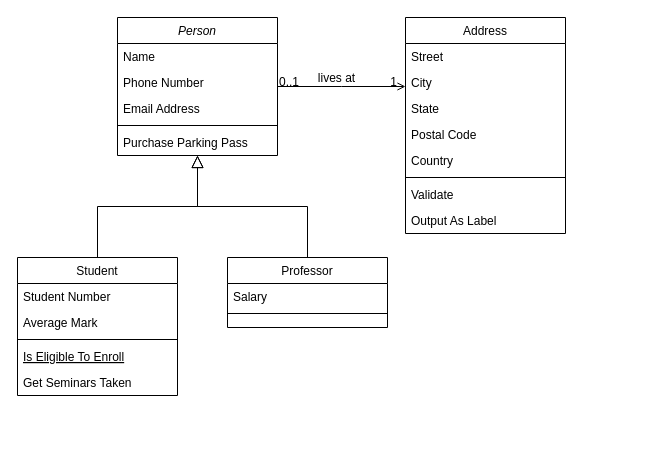
ksks723/Yes-I-knitted keeps this draw.io diagram as Untitled Diagram.drawio. Above is the earlier version. Source tidied: cells renumbered, new cells numbered last; positions are measured from the earlier drawing's top-left corner, leaving out a move shared by most shapes. Both pictures are drawn from the tidied source at 100%, with x=0, y=0 at pixel (17, 17).
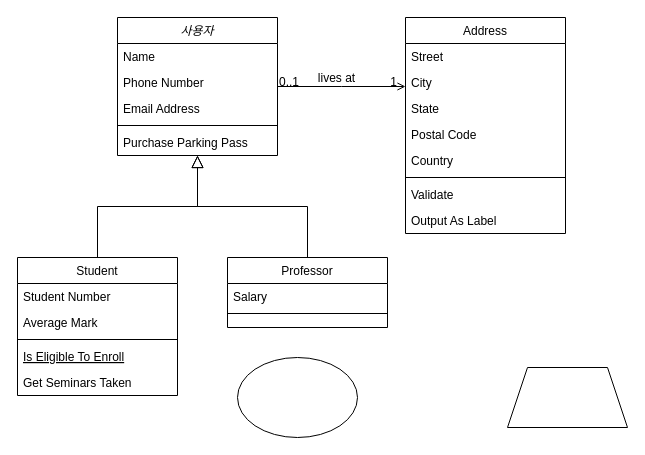
The same page after the edit.

Diff of the diagram source:
```diff
@@
-    <mxCell id="2" value="Person" style="swimlane;fontStyle=2;align=center;verticalAlign=top;horizontal=1;startSize=26;rounded=0;shadow=0;strokeWidth=1;" parent="1" vertex="1">
+    <mxCell id="2" value="사용자&#10;" style="swimlane;fontStyle=2;align=center;verticalAlign=top;horizontal=1;startSize=26;rounded=0;shadow=0;strokeWidth=1;" parent="1" vertex="1">
       <mxGeometry x="100" width="160" height="138" as="geometry" />
     </mxCell>
@@
+    <mxCell id="32" style="ellipse;whiteSpace=wrap;html=1;" parent="1" vertex="1">
+      <mxGeometry x="220" y="340" width="120" height="80" as="geometry" />
+    </mxCell>
+    <mxCell id="33" style="shape=trapezoid;perimeter=trapezoidPerimeter;whiteSpace=wrap;html=1;fixedSize=1;" parent="1" vertex="1">
+      <mxGeometry x="490" y="350" width="120" height="60" as="geometry" />
+    </mxCell>
```
